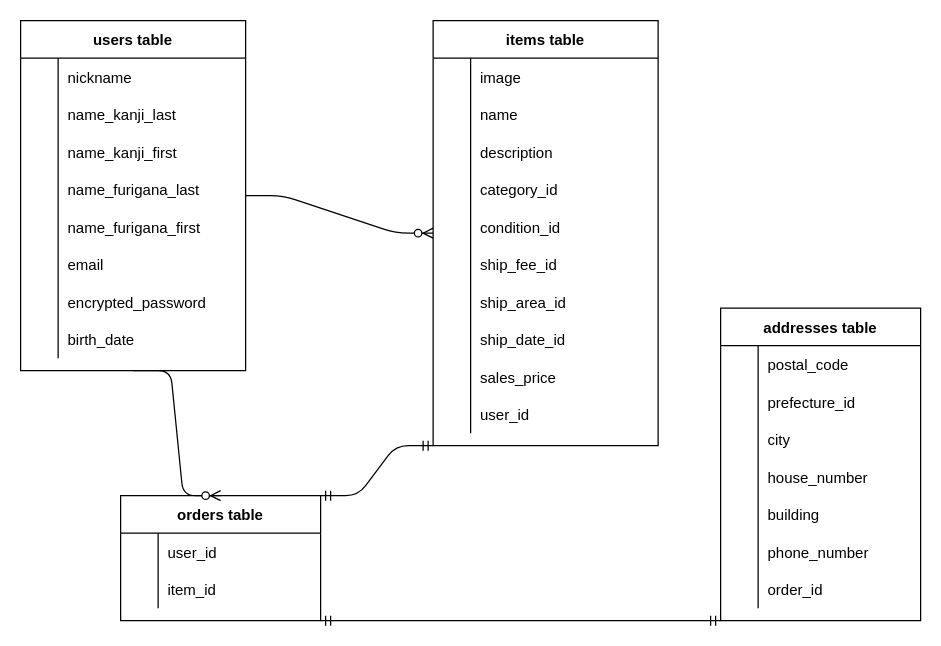
yhoriguchi29/furima-34954 keeps this draw.io diagram as furima.dio. Above is the earlier version. Source tidied: cells renumbered, new cells numbered last; positions are measured from the earlier drawing's top-left corner, leaving out a move shared by most shapes. Both pictures are drawn from the tidied source at 125%, with x=0, y=0 at pixel (20, 20).
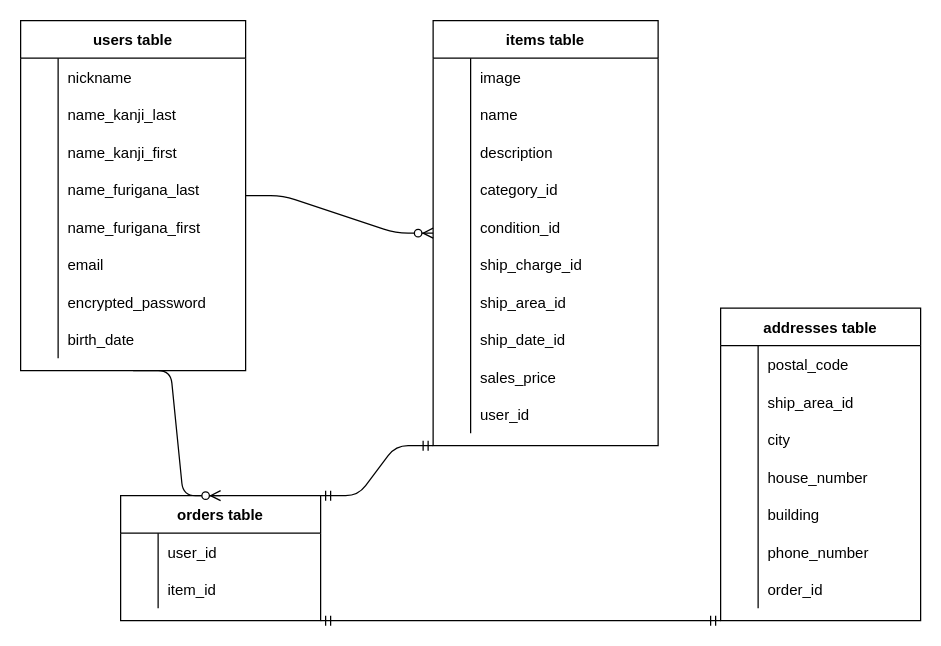
Above is the later version.

Unchanged cells that the change refers to:
```xml
<mxCell id="25" style="shape=partialRectangle;fillColor=none;top=0;left=0;bottom=0;right=0;" parent="9" vertex="1">
  <mxGeometry y="180" width="180" height="30" as="geometry" />
</mxCell>
<mxCell id="69" style="shape=partialRectangle;fillColor=none;top=0;left=0;bottom=0;right=0;" parent="65" vertex="1">
  <mxGeometry y="60" width="160" height="30" as="geometry" />
</mxCell>
```

Change to the diagram source:
```diff
@@
-    <mxCell id="27" value="ship_fee_id" style="shape=partialRectangle;fillColor=none;top=0;left=0;bottom=0;right=0;align=left;spacingLeft=6;overflow=hidden;" parent="25" vertex="1">
+    <mxCell id="27" value="ship_charge_id" style="shape=partialRectangle;fillColor=none;top=0;left=0;bottom=0;right=0;align=left;spacingLeft=6;overflow=hidden;" parent="25" vertex="1">
       <mxGeometry x="30" width="150" height="30" as="geometry" />
     </mxCell>
@@
-    <mxCell id="71" value="prefecture_id" style="shape=partialRectangle;fillColor=none;top=0;left=0;bottom=0;right=0;align=left;spacingLeft=6;overflow=hidden;" parent="69" vertex="1">
+    <mxCell id="71" value="ship_area_id" style="shape=partialRectangle;fillColor=none;top=0;left=0;bottom=0;right=0;align=left;spacingLeft=6;overflow=hidden;" parent="69" vertex="1">
       <mxGeometry x="30" width="130" height="30" as="geometry" />
     </mxCell>
```
